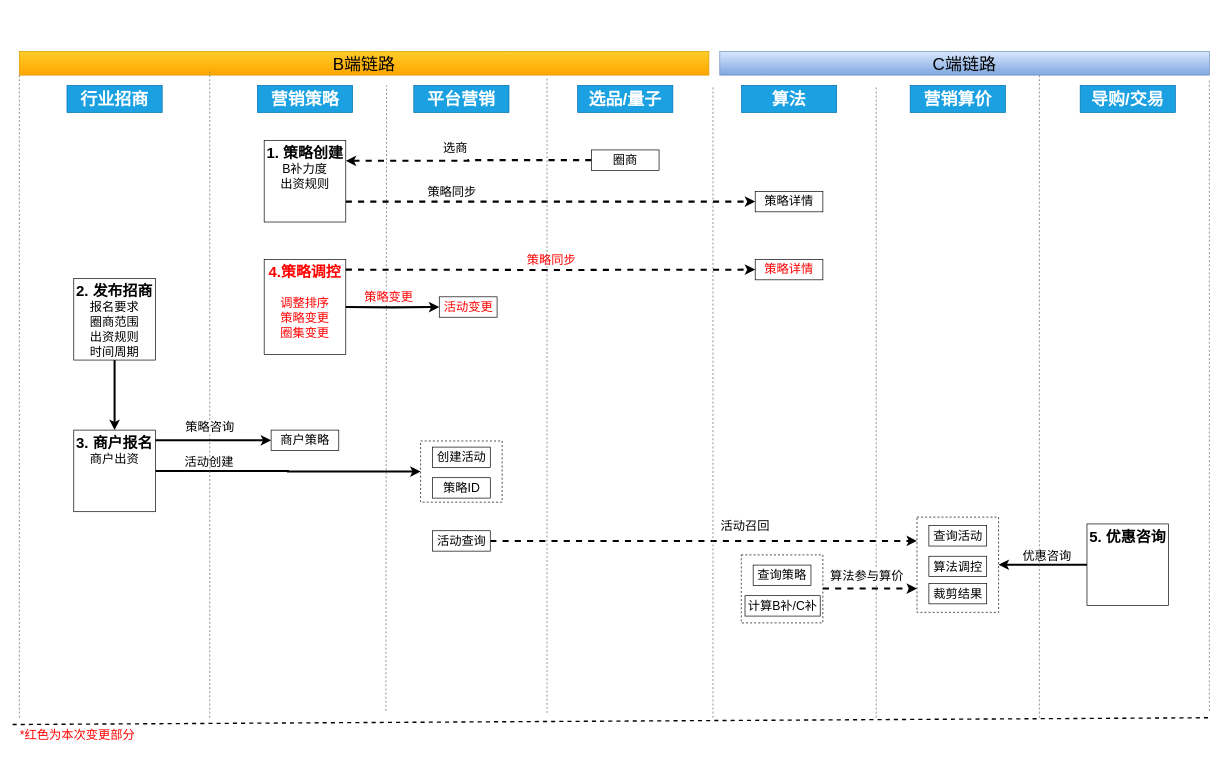
Before: page "产品流程" (2 of 4) of 营销策略.drawio in jon-kong/draw.io, a draw.io diagram. Source tidied: cells renumbered, new cells numbered last; positions are measured from the earlier drawing's top-left corner, leaving out a move shared by most shapes. Both pictures are drawn from the tidied source at 68%, with x=0, y=0 at pixel (12, 51).
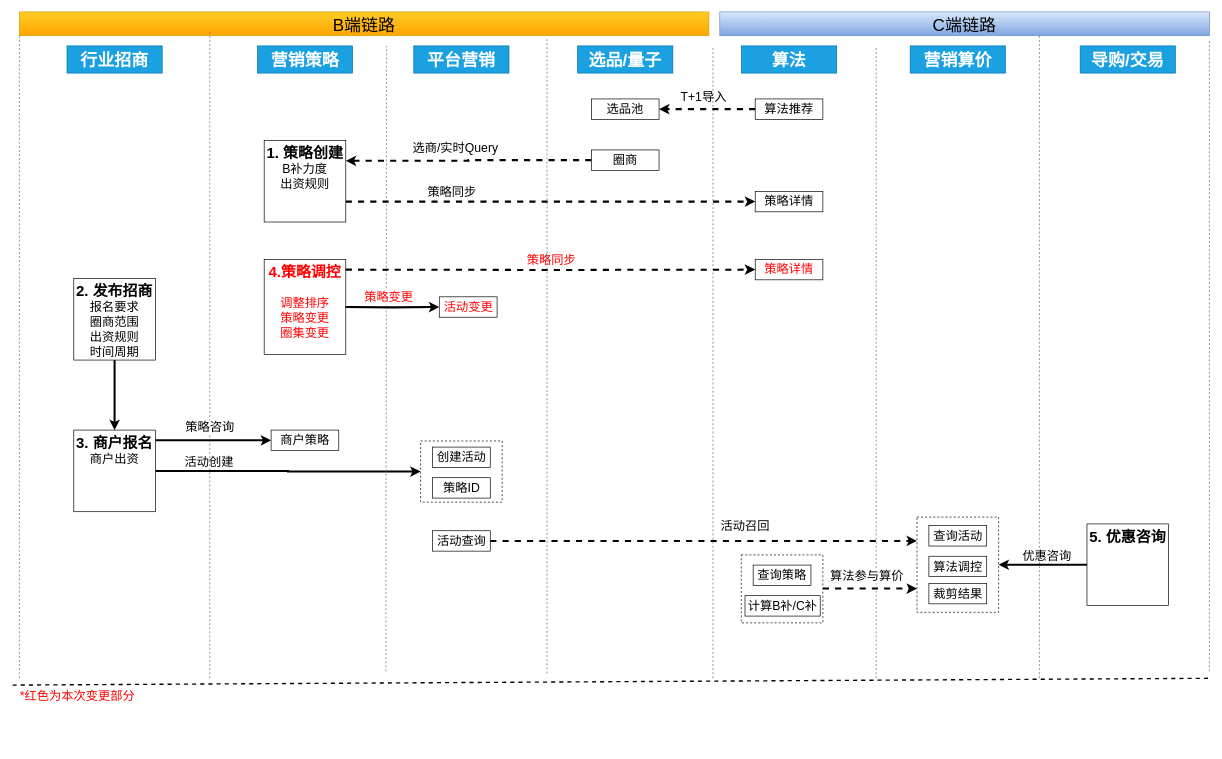
After the change.

Commit message:
更新营销策略.drawio

Unchanged cells that the change refers to:
```xml
<mxCell id="58" style="edgeStyle=orthogonalEdgeStyle;rounded=0;jettySize=auto;html=1;exitX=0;exitY=0.5;exitDx=0;exitDy=0;entryX=1;entryY=0.25;entryDx=0;entryDy=0;strokeWidth=3;fontSize=18;fontColor=#000000;startArrow=none;startFill=0;endArrow=classic;endFill=1;dashed=1;" parent="1" edge="1" source="60" target="35">
  <mxGeometry relative="1" as="geometry" />
</mxCell>
```

Diff of the diagram source:
```diff
@@
     <mxCell id="2" value="行业招商" style="rounded=0;whiteSpace=wrap;html=1;strokeWidth=1;fontSize=25;fontColor=#ffffff;align=center;fontStyle=1;fillColor=#1ba1e2;strokeColor=#006EAF;" parent="1" vertex="1">
-      <mxGeometry x="80" y="50" width="140" height="40" as="geometry" />
+      <mxGeometry x="80" y="-8" width="140" height="40" as="geometry" />
     </mxCell>
     <mxCell id="3" value="平台营销" style="rounded=0;whiteSpace=wrap;html=1;strokeWidth=1;fontSize=25;fontColor=#ffffff;align=center;fontStyle=1;fillColor=#1ba1e2;strokeColor=#006EAF;" parent="1" vertex="1">
-      <mxGeometry x="590" y="50" width="140" height="40" as="geometry" />
+      <mxGeometry x="590" y="-8" width="140" height="40" as="geometry" />
     </mxCell>
     <mxCell id="4" value="营销策略" style="rounded=0;whiteSpace=wrap;html=1;strokeWidth=1;fontSize=25;fontColor=#ffffff;align=center;fontStyle=1;fillColor=#1ba1e2;strokeColor=#006EAF;" parent="1" vertex="1">
-      <mxGeometry x="360" y="50" width="140" height="40" as="geometry" />
+      <mxGeometry x="360" y="-8" width="140" height="40" as="geometry" />
     </mxCell>
     <mxCell id="5" value="导购/交易" style="rounded=0;whiteSpace=wrap;html=1;strokeWidth=1;fontSize=25;fontColor=#ffffff;align=center;fontStyle=1;fillColor=#1ba1e2;strokeColor=#006EAF;" parent="1" vertex="1">
-      <mxGeometry x="1570" y="50" width="140" height="40" as="geometry" />
+      <mxGeometry x="1570" y="-8" width="140" height="40" as="geometry" />
     </mxCell>
@@
     <mxCell id="8" value="B端链路" style="rounded=0;whiteSpace=wrap;html=1;strokeWidth=1;fontSize=25;align=center;gradientColor=#ffa500;fillColor=#ffcd28;strokeColor=#d79b00;" parent="1" vertex="1">
-      <mxGeometry x="10" width="1014" height="35" as="geometry" />
+      <mxGeometry x="10" y="-58" width="1014" height="35" as="geometry" />
     </mxCell>
@@
     <mxCell id="12" value="C端链路" style="rounded=0;whiteSpace=wrap;html=1;strokeWidth=1;fontSize=25;align=center;fillColor=#dae8fc;strokeColor=#6c8ebf;gradientColor=#7ea6e0;" parent="1" vertex="1">
-      <mxGeometry x="1040" width="720" height="35" as="geometry" />
+      <mxGeometry x="1040" y="-58" width="720" height="35" as="geometry" />
     </mxCell>
@@
     <mxCell id="18" value="算法" style="rounded=0;whiteSpace=wrap;html=1;strokeWidth=1;fontSize=25;fontColor=#ffffff;align=center;fontStyle=1;fillColor=#1ba1e2;strokeColor=#006EAF;" parent="1" vertex="1">
-      <mxGeometry x="1071.9" y="50" width="140" height="40" as="geometry" />
+      <mxGeometry x="1071.9" y="-8" width="140" height="40" as="geometry" />
     </mxCell>
@@
     <mxCell id="24" style="edgeStyle=orthogonalEdgeStyle;rounded=0;orthogonalLoop=1;jettySize=auto;html=1;strokeWidth=3;fontSize=18;" parent="1" edge="1">
       <mxGeometry relative="1" as="geometry">
-        <mxPoint x="633" y="1115" as="targetPoint" />
+        <mxPoint x="633" y="1057" as="targetPoint" />
       </mxGeometry>
     </mxCell>
     <mxCell id="25" style="endArrow=none;dashed=1;html=1;strokeWidth=1;fontSize=25;fontColor=#000000;strokeColor=#666666;" parent="1" edge="1">
       <mxGeometry relative="1" as="geometry">
-        <mxPoint x="290" y="980" as="sourcePoint" />
-        <mxPoint x="290" y="30" as="targetPoint" />
+        <mxPoint x="290" y="922" as="sourcePoint" />
+        <mxPoint x="290" y="-28" as="targetPoint" />
       </mxGeometry>
     </mxCell>
     <mxCell id="26" style="endArrow=none;dashed=1;html=1;strokeWidth=1;fontSize=25;fontColor=#000000;strokeColor=#666666;" parent="1" edge="1">
       <mxGeometry relative="1" as="geometry">
-        <mxPoint x="549" y="970" as="sourcePoint" />
-        <mxPoint x="550" y="50" as="targetPoint" />
+        <mxPoint x="549" y="912" as="sourcePoint" />
+        <mxPoint x="550" y="-8" as="targetPoint" />
       </mxGeometry>
     </mxCell>
     <mxCell id="27" style="endArrow=none;dashed=1;html=1;strokeWidth=1;fontSize=25;fontColor=#000000;strokeColor=#666666;" parent="1" edge="1">
       <mxGeometry relative="1" as="geometry">
-        <mxPoint x="1270" y="980" as="sourcePoint" />
-        <mxPoint x="1270" y="50" as="targetPoint" />
+        <mxPoint x="1270" y="922" as="sourcePoint" />
+        <mxPoint x="1270" y="-8" as="targetPoint" />
       </mxGeometry>
     </mxCell>
     <mxCell id="28" style="endArrow=none;dashed=1;html=1;strokeWidth=1;fontSize=25;fontColor=#000000;strokeColor=#666666;entryX=0;entryY=1;entryDx=0;entryDy=0;" parent="1" edge="1" target="8">
       <mxGeometry relative="1" as="geometry">
-        <mxPoint x="10" y="980" as="sourcePoint" />
+        <mxPoint x="10" y="922" as="sourcePoint" />
       </mxGeometry>
     </mxCell>
     <mxCell id="29" style="endArrow=none;dashed=1;html=1;strokeWidth=1;fontSize=25;fontColor=#000000;strokeColor=#666666;" parent="1" edge="1">
       <mxGeometry relative="1" as="geometry">
-        <mxPoint x="1030" y="980" as="sourcePoint" />
-        <mxPoint x="1030" y="50" as="targetPoint" />
+        <mxPoint x="1030" y="922" as="sourcePoint" />
+        <mxPoint x="1030" y="-8" as="targetPoint" />
       </mxGeometry>
     </mxCell>
     <mxCell id="30" style="endArrow=none;dashed=1;html=1;strokeWidth=1;fontSize=25;fontColor=#000000;strokeColor=#666666;" parent="1" edge="1">
       <mxGeometry relative="1" as="geometry">
-        <mxPoint x="1760" y="970" as="sourcePoint" />
-        <mxPoint x="1760" y="40" as="targetPoint" />
+        <mxPoint x="1760" y="912" as="sourcePoint" />
+        <mxPoint x="1760" y="-18" as="targetPoint" />
       </mxGeometry>
     </mxCell>
     <mxCell id="31" style="endArrow=none;dashed=1;html=1;strokeWidth=1;fontSize=25;fontColor=#000000;strokeColor=#666666;" parent="1" edge="1">
       <mxGeometry relative="1" as="geometry">
-        <mxPoint x="1510" y="980" as="sourcePoint" />
-        <mxPoint x="1510" y="35" as="targetPoint" />
+        <mxPoint x="1510" y="922" as="sourcePoint" />
+        <mxPoint x="1510" y="-23" as="targetPoint" />
       </mxGeometry>
     </mxCell>
     <mxCell id="32" style="endArrow=none;dashed=1;html=1;strokeWidth=2;fontSize=25;fontColor=#000000;" parent="1" edge="1">
       <mxGeometry relative="1" as="geometry">
-        <mxPoint y="990" as="sourcePoint" />
-        <mxPoint x="1759" y="980" as="targetPoint" />
+        <mxPoint y="932" as="sourcePoint" />
+        <mxPoint x="1759" y="922" as="targetPoint" />
       </mxGeometry>
     </mxCell>
@@
     <mxCell id="43" value="营销算价" style="rounded=0;whiteSpace=wrap;html=1;strokeWidth=1;fontSize=25;fontColor=#ffffff;align=center;fontStyle=1;fillColor=#1ba1e2;strokeColor=#006EAF;" parent="1" vertex="1">
-      <mxGeometry x="1320" y="50" width="140" height="40" as="geometry" />
+      <mxGeometry x="1320" y="-8" width="140" height="40" as="geometry" />
     </mxCell>
@@
     <mxCell id="56" value="选品/量子" style="rounded=0;whiteSpace=wrap;html=1;strokeWidth=1;fontSize=25;fontColor=#ffffff;align=center;fontStyle=1;fillColor=#1ba1e2;strokeColor=#006EAF;" parent="1" vertex="1">
-      <mxGeometry x="831" y="50" width="140" height="40" as="geometry" />
+      <mxGeometry x="831" y="-8" width="140" height="40" as="geometry" />
     </mxCell>
     <mxCell id="57" style="endArrow=none;dashed=1;html=1;strokeWidth=1;fontSize=25;fontColor=#000000;strokeColor=#666666;" parent="1" edge="1">
       <mxGeometry relative="1" as="geometry">
-        <mxPoint x="786" y="973" as="sourcePoint" />
-        <mxPoint x="786" y="38" as="targetPoint" />
+        <mxPoint x="786" y="915" as="sourcePoint" />
+        <mxPoint x="786" y="-20" as="targetPoint" />
       </mxGeometry>
     </mxCell>
@@
-    <mxCell id="59" value="选商" style="edgeLabel;html=1;align=center;verticalAlign=middle;fontSize=18;fontColor=#000000;" parent="58" vertex="1">
+    <mxCell id="59" value="选商/实时Query" style="edgeLabel;html=1;align=center;verticalAlign=middle;fontSize=18;fontColor=#000000;" parent="58" vertex="1">
       <mxGeometry y="-3" relative="1" as="geometry">
         <mxPoint x="-17" y="-18" as="offset" />
       </mxGeometry>
     </mxCell>
@@
     <mxCell id="61" value="*红色为本次变更部分" style="text;html=1;align=center;verticalAlign=middle;strokeColor=none;fillColor=none;fontSize=18;fontColor=#FF0000;" parent="1" vertex="1">
-      <mxGeometry x="1" y="989" width="187" height="34" as="geometry" />
+      <mxGeometry x="1" y="931" width="187" height="34" as="geometry" />
     </mxCell>
+    <mxCell id="62" style="edgeStyle=orthogonalEdgeStyle;rounded=0;jettySize=auto;html=1;exitX=0;exitY=0.5;exitDx=0;exitDy=0;dashed=1;strokeWidth=3;fontSize=18;fontColor=#FF0000;startArrow=none;startFill=0;endArrow=classic;endFill=1;" parent="1" edge="1" source="63" target="64">
+      <mxGeometry relative="1" as="geometry" />
+    </mxCell>
+    <mxCell id="63" value="算法推荐" style="whiteSpace=wrap;html=1;strokeWidth=1;fontSize=18;fontColor=#000000;align=center;" parent="1" vertex="1">
+      <mxGeometry x="1092.1" y="70" width="99.5" height="30" as="geometry" />
+    </mxCell>
+    <mxCell id="64" value="选品池" style="whiteSpace=wrap;html=1;strokeWidth=1;fontSize=18;fontColor=#000000;align=center;" parent="1" vertex="1">
+      <mxGeometry x="851.2" y="70" width="99.5" height="30" as="geometry" />
+    </mxCell>
+    <mxCell id="65" value="&lt;font color=&quot;#000000&quot;&gt;T+1导入&lt;/font&gt;" style="text;html=1;align=center;verticalAlign=middle;strokeColor=none;fillColor=none;fontSize=18;fontColor=#FF0000;" parent="1" vertex="1">
+      <mxGeometry x="973" y="50" width="86" height="34" as="geometry" />
+    </mxCell>
```
